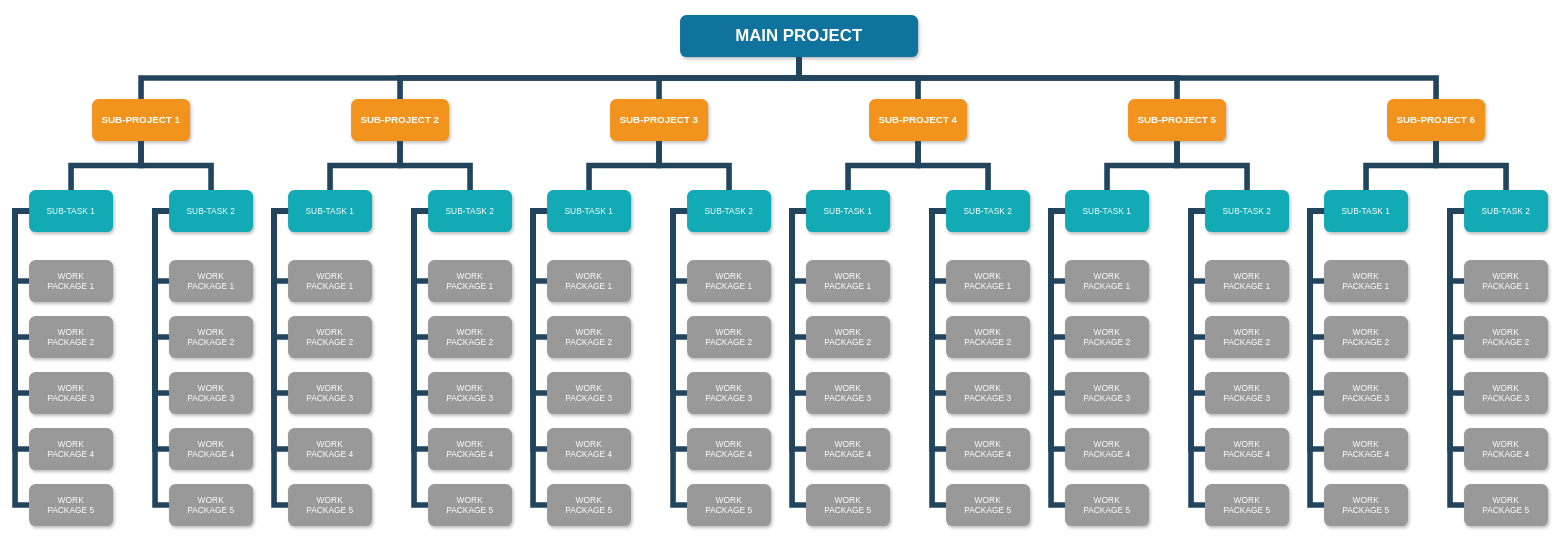
This is Untitled Diagram.drawio from Mjamolov/Shop, a draw.io file, before an edit. Source tidied: cells renumbered, new cells numbered last; positions are measured from the earlier drawing's top-left corner, leaving out a move shared by most shapes. Both pictures are drawn from the tidied source at 70%, with x=0, y=0 at pixel (15, 15).
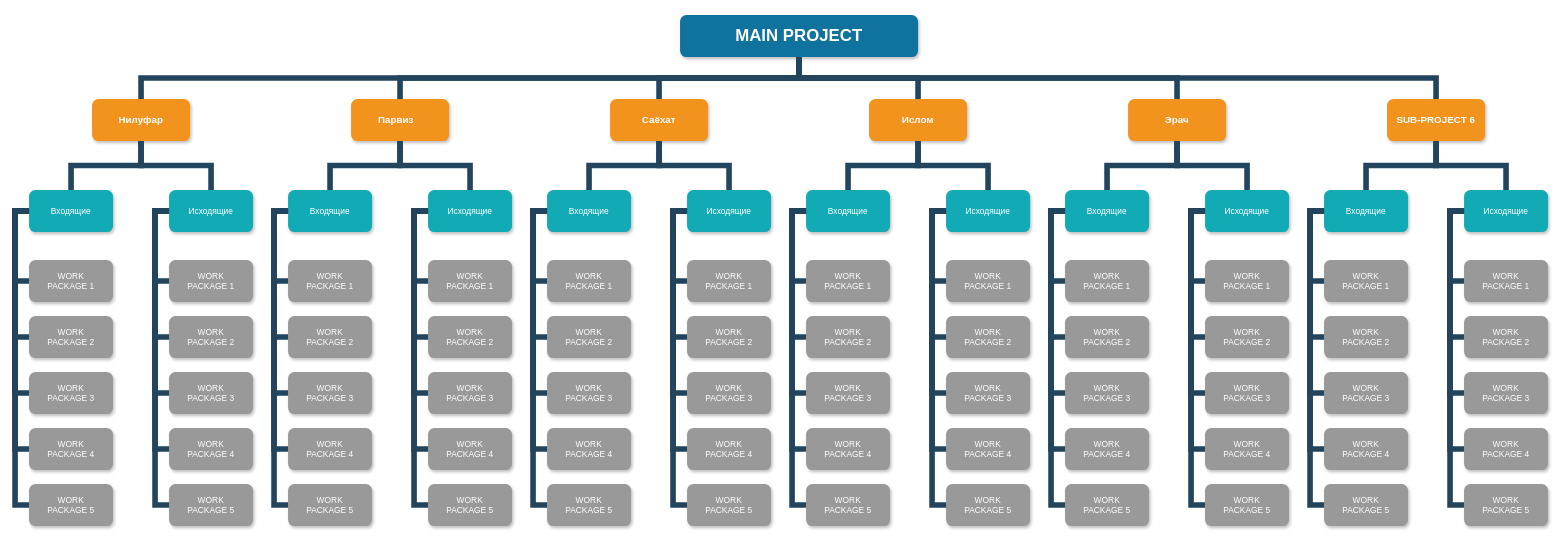
The same diagram, later.

What changed in the source:
```diff
@@
-    <mxCell id="3" value="SUB-PROJECT 1" style="whiteSpace=wrap;rounded=1;fillColor=#F2931E;strokeColor=none;shadow=1;fontColor=#FFFFFF;fontStyle=1;fontSize=14;" parent="1" vertex="1">
+    <mxCell id="3" value="Нилуфар" style="whiteSpace=wrap;rounded=1;fillColor=#F2931E;strokeColor=none;shadow=1;fontColor=#FFFFFF;fontStyle=1;fontSize=14;" parent="1" vertex="1">
       <mxGeometry x="110" y="120" width="140" height="60" as="geometry" />
     </mxCell>
-    <mxCell id="4" value="SUB-PROJECT 2" style="whiteSpace=wrap;rounded=1;fillColor=#F2931E;strokeColor=none;shadow=1;fontColor=#FFFFFF;fontStyle=1;fontSize=14;" parent="1" vertex="1">
+    <mxCell id="4" value="Парвиз   " style="whiteSpace=wrap;rounded=1;fillColor=#F2931E;strokeColor=none;shadow=1;fontColor=#FFFFFF;fontStyle=1;fontSize=14;" parent="1" vertex="1">
       <mxGeometry x="480" y="120" width="140" height="60" as="geometry" />
     </mxCell>
@@
-    <mxCell id="6" value="SUB-PROJECT 3" style="whiteSpace=wrap;rounded=1;fillColor=#F2931E;strokeColor=none;shadow=1;fontColor=#FFFFFF;fontStyle=1;fontSize=14;" parent="1" vertex="1">
+    <mxCell id="6" value="Саёхат" style="whiteSpace=wrap;rounded=1;fillColor=#F2931E;strokeColor=none;shadow=1;fontColor=#FFFFFF;fontStyle=1;fontSize=14;" parent="1" vertex="1">
       <mxGeometry x="850" y="120" width="140" height="60" as="geometry" />
     </mxCell>
-    <mxCell id="7" value="SUB-PROJECT 4" style="whiteSpace=wrap;rounded=1;fillColor=#F2931E;strokeColor=none;shadow=1;fontColor=#FFFFFF;fontStyle=1;fontSize=14;" parent="1" vertex="1">
+    <mxCell id="7" value="Ислом" style="whiteSpace=wrap;rounded=1;fillColor=#F2931E;strokeColor=none;shadow=1;fontColor=#FFFFFF;fontStyle=1;fontSize=14;" parent="1" vertex="1">
       <mxGeometry x="1220" y="120" width="140" height="60" as="geometry" />
     </mxCell>
-    <mxCell id="8" value="SUB-PROJECT 5" style="whiteSpace=wrap;rounded=1;fillColor=#F2931E;strokeColor=none;shadow=1;fontColor=#FFFFFF;fontStyle=1;fontSize=14;" parent="1" vertex="1">
+    <mxCell id="8" value="Эрач" style="whiteSpace=wrap;rounded=1;fillColor=#F2931E;strokeColor=none;shadow=1;fontColor=#FFFFFF;fontStyle=1;fontSize=14;" parent="1" vertex="1">
       <mxGeometry x="1590" y="120" width="140" height="60" as="geometry" />
     </mxCell>
-    <mxCell id="9" value="SUB-TASK 1" style="whiteSpace=wrap;rounded=1;fillColor=#12AAB5;strokeColor=none;shadow=1;fontColor=#FFFFFF;" parent="1" vertex="1">
+    <mxCell id="9" value="Входящие" style="whiteSpace=wrap;rounded=1;fillColor=#12AAB5;strokeColor=none;shadow=1;fontColor=#FFFFFF;" parent="1" vertex="1">
       <mxGeometry x="20" y="250" width="120" height="60" as="geometry" />
     </mxCell>
-    <mxCell id="10" value="SUB-TASK 2" style="whiteSpace=wrap;rounded=1;fillColor=#12AAB5;strokeColor=none;shadow=1;fontColor=#FFFFFF;" parent="1" vertex="1">
+    <mxCell id="10" value="Исходящие" style="whiteSpace=wrap;rounded=1;fillColor=#12AAB5;strokeColor=none;shadow=1;fontColor=#FFFFFF;" parent="1" vertex="1">
       <mxGeometry x="220" y="250" width="120" height="60" as="geometry" />
     </mxCell>
@@
-    <mxCell id="21" value="SUB-TASK 1" style="whiteSpace=wrap;rounded=1;fillColor=#12AAB5;strokeColor=none;shadow=1;fontColor=#FFFFFF;" parent="1" vertex="1">
+    <mxCell id="21" value="Входящие" style="whiteSpace=wrap;rounded=1;fillColor=#12AAB5;strokeColor=none;shadow=1;fontColor=#FFFFFF;" parent="1" vertex="1">
       <mxGeometry x="390" y="250" width="120" height="60" as="geometry" />
     </mxCell>
-    <mxCell id="22" value="SUB-TASK 2" style="whiteSpace=wrap;rounded=1;fillColor=#12AAB5;strokeColor=none;shadow=1;fontColor=#FFFFFF;" parent="1" vertex="1">
+    <mxCell id="22" value="Исходящие" style="whiteSpace=wrap;rounded=1;fillColor=#12AAB5;strokeColor=none;shadow=1;fontColor=#FFFFFF;" parent="1" vertex="1">
       <mxGeometry x="590" y="250" width="120" height="60" as="geometry" />
     </mxCell>
@@
-    <mxCell id="57" value="SUB-TASK 1" style="whiteSpace=wrap;rounded=1;fillColor=#12AAB5;strokeColor=none;shadow=1;fontColor=#FFFFFF;" parent="1" vertex="1">
+    <mxCell id="57" value="Входящие" style="whiteSpace=wrap;rounded=1;fillColor=#12AAB5;strokeColor=none;shadow=1;fontColor=#FFFFFF;" parent="1" vertex="1">
       <mxGeometry x="760" y="250" width="120" height="60" as="geometry" />
     </mxCell>
-    <mxCell id="58" value="SUB-TASK 2" style="whiteSpace=wrap;rounded=1;fillColor=#12AAB5;strokeColor=none;shadow=1;fontColor=#FFFFFF;" parent="1" vertex="1">
+    <mxCell id="58" value="Исходящие" style="whiteSpace=wrap;rounded=1;fillColor=#12AAB5;strokeColor=none;shadow=1;fontColor=#FFFFFF;" parent="1" vertex="1">
       <mxGeometry x="960" y="250" width="120" height="60" as="geometry" />
     </mxCell>
@@
-    <mxCell id="79" value="SUB-TASK 1" style="whiteSpace=wrap;rounded=1;fillColor=#12AAB5;strokeColor=none;shadow=1;fontColor=#FFFFFF;" parent="1" vertex="1">
+    <mxCell id="79" value="Входящие" style="whiteSpace=wrap;rounded=1;fillColor=#12AAB5;strokeColor=none;shadow=1;fontColor=#FFFFFF;" parent="1" vertex="1">
       <mxGeometry x="1130" y="250" width="120" height="60" as="geometry" />
     </mxCell>
-    <mxCell id="80" value="SUB-TASK 2" style="whiteSpace=wrap;rounded=1;fillColor=#12AAB5;strokeColor=none;shadow=1;fontColor=#FFFFFF;" parent="1" vertex="1">
+    <mxCell id="80" value="Исходящие" style="whiteSpace=wrap;rounded=1;fillColor=#12AAB5;strokeColor=none;shadow=1;fontColor=#FFFFFF;" parent="1" vertex="1">
       <mxGeometry x="1330" y="250" width="120" height="60" as="geometry" />
     </mxCell>
@@
-    <mxCell id="101" value="SUB-TASK 1" style="whiteSpace=wrap;rounded=1;fillColor=#12AAB5;strokeColor=none;shadow=1;fontColor=#FFFFFF;" parent="1" vertex="1">
+    <mxCell id="101" value="Входящие" style="whiteSpace=wrap;rounded=1;fillColor=#12AAB5;strokeColor=none;shadow=1;fontColor=#FFFFFF;" parent="1" vertex="1">
       <mxGeometry x="1500" y="250" width="120" height="60" as="geometry" />
     </mxCell>
-    <mxCell id="102" value="SUB-TASK 2" style="whiteSpace=wrap;rounded=1;fillColor=#12AAB5;strokeColor=none;shadow=1;fontColor=#FFFFFF;" parent="1" vertex="1">
+    <mxCell id="102" value="Исходящие" style="whiteSpace=wrap;rounded=1;fillColor=#12AAB5;strokeColor=none;shadow=1;fontColor=#FFFFFF;" parent="1" vertex="1">
       <mxGeometry x="1700" y="250" width="120" height="60" as="geometry" />
     </mxCell>
@@
-    <mxCell id="123" value="SUB-TASK 1" style="whiteSpace=wrap;rounded=1;fillColor=#12AAB5;strokeColor=none;shadow=1;fontColor=#FFFFFF;" parent="1" vertex="1">
+    <mxCell id="123" value="Входящие" style="whiteSpace=wrap;rounded=1;fillColor=#12AAB5;strokeColor=none;shadow=1;fontColor=#FFFFFF;" parent="1" vertex="1">
       <mxGeometry x="1870" y="250" width="120" height="60" as="geometry" />
     </mxCell>
-    <mxCell id="124" value="SUB-TASK 2" style="whiteSpace=wrap;rounded=1;fillColor=#12AAB5;strokeColor=none;shadow=1;fontColor=#FFFFFF;" parent="1" vertex="1">
+    <mxCell id="124" value="Исходящие" style="whiteSpace=wrap;rounded=1;fillColor=#12AAB5;strokeColor=none;shadow=1;fontColor=#FFFFFF;" parent="1" vertex="1">
       <mxGeometry x="2070" y="250" width="120" height="60" as="geometry" />
     </mxCell>
```
